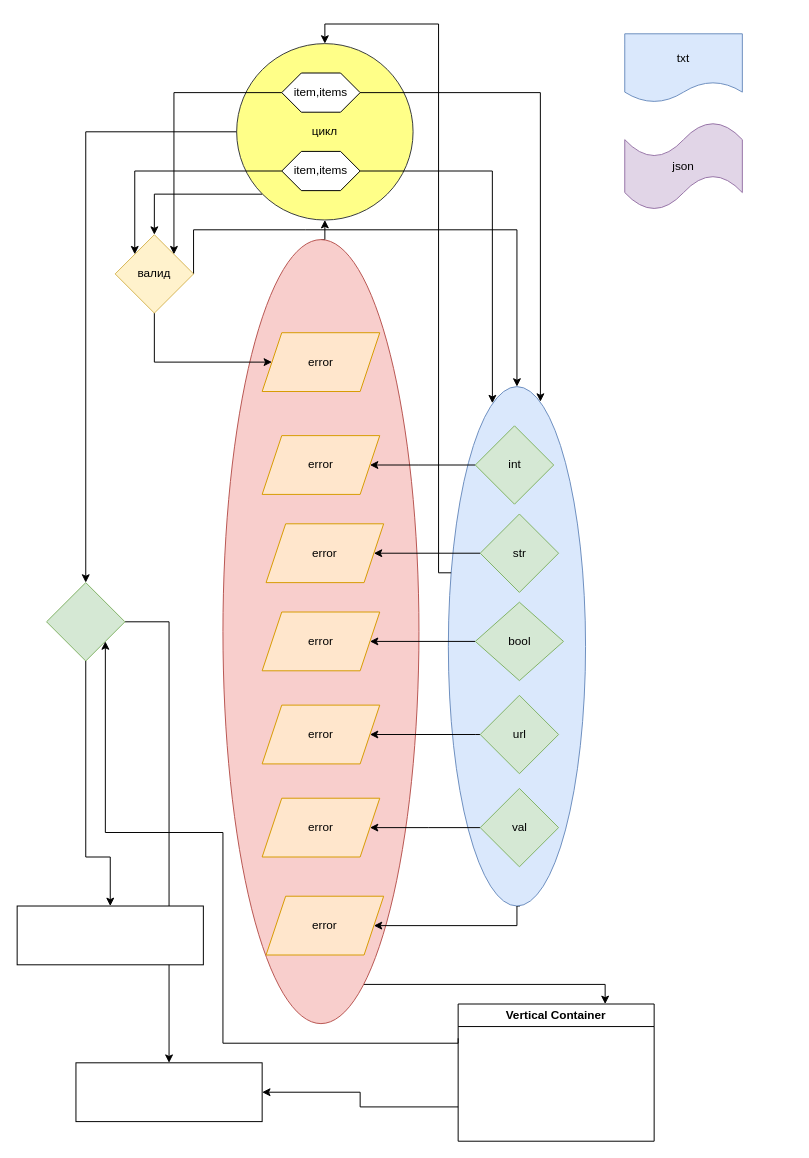
Before: Practika15/practika15_2.drawio in KonstantinS007/PythonProject, a draw.io diagram. Source tidied: cells renumbered, new cells numbered last; positions are measured from the earlier drawing's top-left corner, leaving out a move shared by most shapes. Both pictures are drawn from the tidied source at 98%, with x=0, y=0 at pixel (17, 24).
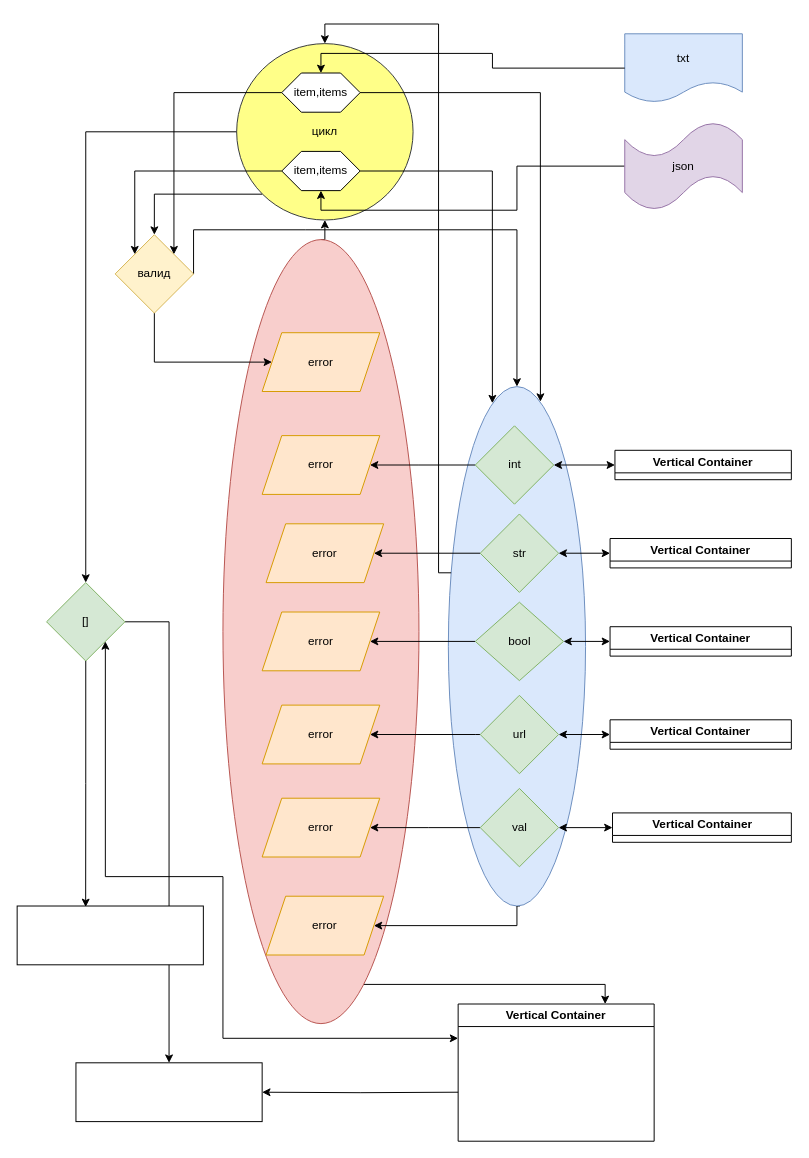
Above is the later version.

The change refers to these unchanged cells:
```xml
<mxCell id="8" value="txt" style="shape=document;whiteSpace=wrap;html=1;boundedLbl=1;fillColor=#dae8fc;strokeColor=#6c8ebf;" parent="1" vertex="1">
  <mxGeometry x="620" y="10" width="120" height="70" as="geometry" />
</mxCell>
<mxCell id="13" value="int" style="rhombus;whiteSpace=wrap;html=1;fillColor=#d5e8d4;strokeColor=#82b366;" parent="1" vertex="1">
  <mxGeometry x="467.5" y="410" width="80" height="80" as="geometry" />
</mxCell>
<mxCell id="16" value="url" style="rhombus;whiteSpace=wrap;html=1;fillColor=#d5e8d4;strokeColor=#82b366;" parent="1" vertex="1">
  <mxGeometry x="472.5" y="685" width="80" height="80" as="geometry" />
</mxCell>
<mxCell id="19" value="val" style="rhombus;whiteSpace=wrap;html=1;fillColor=#d5e8d4;strokeColor=#82b366;" parent="1" vertex="1">
  <mxGeometry x="472.5" y="780" width="80" height="80" as="geometry" />
</mxCell>
<mxCell id="30" style="rounded=0;whiteSpace=wrap;html=1;" parent="1" vertex="1">
  <mxGeometry y="900" width="190" height="60" as="geometry" />
</mxCell>
<mxCell id="31" style="rounded=0;whiteSpace=wrap;html=1;" parent="1" vertex="1">
  <mxGeometry x="60" y="1060" width="190" height="60" as="geometry" />
</mxCell>
<mxCell id="32" value="json" style="shape=tape;whiteSpace=wrap;html=1;fillColor=#e1d5e7;strokeColor=#9673a6;" parent="1" vertex="1">
  <mxGeometry x="620" y="100" width="120" height="90" as="geometry" />
</mxCell>
<mxCell id="36" value="item,items" style="shape=hexagon;perimeter=hexagonPerimeter2;whiteSpace=wrap;html=1;fixedSize=1;" parent="1" vertex="1">
  <mxGeometry x="270" y="50" width="80" height="40" as="geometry" />
</mxCell>
<mxCell id="39" value="item,items" style="shape=hexagon;perimeter=hexagonPerimeter2;whiteSpace=wrap;html=1;fixedSize=1;" parent="1" vertex="1">
  <mxGeometry x="270" y="130" width="80" height="40" as="geometry" />
</mxCell>
<mxCell id="41" value="bool" style="rhombus;whiteSpace=wrap;html=1;fillColor=#d5e8d4;strokeColor=#82b366;" parent="1" vertex="1">
  <mxGeometry x="467.5" y="590" width="90" height="80" as="geometry" />
</mxCell>
<mxCell id="42" value="str" style="rhombus;whiteSpace=wrap;html=1;fillColor=#d5e8d4;strokeColor=#82b366;" parent="1" vertex="1">
  <mxGeometry x="472.5" y="500" width="80" height="80" as="geometry" />
</mxCell>
<mxCell id="47" value="Vertical Container" style="swimlane;whiteSpace=wrap;html=1;" parent="1" vertex="1">
  <mxGeometry x="450" y="1000" width="200" height="140" as="geometry" />
</mxCell>
```

Diff of the diagram source:
```diff
@@
-    <mxCell id="27" style="edgeStyle=orthogonalEdgeStyle;rounded=0;jettySize=auto;html=1;exitX=0.5;exitY=1;exitDx=0;exitDy=0;entryX=0.5;entryY=0;entryDx=0;entryDy=0;" parent="1" edge="1" source="29" target="30">
-      <mxGeometry relative="1" as="geometry">
-        <Array as="points">
-          <mxPoint x="70" y="850" />
-          <mxPoint x="95" y="850" />
-        </Array>
-      </mxGeometry>
+    <mxCell id="27" style="edgeStyle=orthogonalEdgeStyle;rounded=0;jettySize=auto;html=1;exitX=0.5;exitY=1;exitDx=0;exitDy=0;entryX=0.368;entryY=0.017;entryDx=0;entryDy=0;entryPerimeter=0;" parent="1" edge="1" source="29" target="30">
+      <mxGeometry relative="1" as="geometry" />
     </mxCell>
@@
-    <mxCell id="29" style="rhombus;whiteSpace=wrap;html=1;fillColor=#d5e8d4;strokeColor=#82b366;" parent="1" vertex="1">
+    <mxCell id="29" value="[]" style="rhombus;whiteSpace=wrap;html=1;fillColor=#d5e8d4;strokeColor=#82b366;" parent="1" vertex="1">
       <mxGeometry x="30" y="570" width="80" height="80" as="geometry" />
     </mxCell>
@@
+    <mxCell id="49" style="edgeStyle=orthogonalEdgeStyle;rounded=0;jettySize=auto;html=1;exitX=0;exitY=0.5;exitDx=0;exitDy=0;exitPerimeter=0;entryX=0.5;entryY=1;entryDx=0;entryDy=0;" parent="1" edge="1" source="32" target="39">
+      <mxGeometry relative="1" as="geometry">
+        <Array as="points">
+          <mxPoint x="510" y="145" />
+          <mxPoint x="510" y="190" />
+          <mxPoint x="310" y="190" />
+        </Array>
+      </mxGeometry>
+    </mxCell>
@@
-    <mxCell id="45" style="edgeStyle=orthogonalEdgeStyle;rounded=0;jettySize=auto;html=1;exitX=0;exitY=0.75;exitDx=0;exitDy=0;" parent="1" edge="1" source="47" target="31">
-      <mxGeometry relative="1" as="geometry" />
+    <mxCell id="45" style="edgeStyle=orthogonalEdgeStyle;rounded=0;jettySize=auto;html=1;" parent="1" edge="1" target="31">
+      <mxGeometry relative="1" as="geometry">
+        <mxPoint x="450" y="1090" as="sourcePoint" />
+      </mxGeometry>
     </mxCell>
-    <mxCell id="46" style="edgeStyle=orthogonalEdgeStyle;rounded=0;jettySize=auto;html=1;exitX=0;exitY=0.25;exitDx=0;exitDy=0;entryX=1;entryY=1;entryDx=0;entryDy=0;" parent="1" edge="1" source="47" target="29">
-      <mxGeometry relative="1" as="geometry">
-        <Array as="points">
-          <mxPoint x="450" y="1040" />
-          <mxPoint x="210" y="1040" />
-          <mxPoint x="210" y="825" />
-          <mxPoint x="90" y="825" />
-        </Array>
-      </mxGeometry>
-    </mxCell>
@@
+    <mxCell id="50" value="Vertical Container" style="swimlane;whiteSpace=wrap;html=1;" parent="1" vertex="1" collapsed="1">
+      <mxGeometry x="607.5" y="805" width="182.5" height="30" as="geometry" />
+    </mxCell>
+    <mxCell id="51" value="Vertical Container" style="swimlane;whiteSpace=wrap;html=1;" parent="1" vertex="1" collapsed="1">
+      <mxGeometry x="605" y="710" width="185" height="30" as="geometry" />
+    </mxCell>
+    <mxCell id="52" value="Vertical Container" style="swimlane;whiteSpace=wrap;html=1;" parent="1" vertex="1" collapsed="1">
+      <mxGeometry x="605" y="615" width="185" height="30" as="geometry" />
+    </mxCell>
+    <mxCell id="53" value="Vertical Container" style="swimlane;whiteSpace=wrap;html=1;" parent="1" vertex="1" collapsed="1">
+      <mxGeometry x="605" y="525" width="185" height="30" as="geometry" />
+    </mxCell>
+    <mxCell id="54" value="Vertical Container" style="swimlane;whiteSpace=wrap;html=1;" parent="1" vertex="1" collapsed="1">
+      <mxGeometry x="610" y="435" width="180" height="30" as="geometry" />
+    </mxCell>
+    <mxCell id="55" style="endArrow=classic;startArrow=classic;html=1;rounded=0;exitX=1;exitY=0.5;exitDx=0;exitDy=0;entryX=0;entryY=0.5;entryDx=0;entryDy=0;" parent="1" edge="1" source="16" target="51">
+      <mxGeometry relative="1" as="geometry" />
+    </mxCell>
+    <mxCell id="56" style="endArrow=classic;startArrow=classic;html=1;rounded=0;exitX=1;exitY=0.5;exitDx=0;exitDy=0;entryX=0;entryY=0.5;entryDx=0;entryDy=0;" parent="1" edge="1" source="19" target="50">
+      <mxGeometry relative="1" as="geometry" />
+    </mxCell>
+    <mxCell id="57" style="endArrow=classic;startArrow=classic;html=1;rounded=0;exitX=1;exitY=0.5;exitDx=0;exitDy=0;entryX=0;entryY=0.5;entryDx=0;entryDy=0;" parent="1" edge="1" source="41" target="52">
+      <mxGeometry relative="1" as="geometry" />
+    </mxCell>
+    <mxCell id="58" style="endArrow=classic;startArrow=classic;html=1;rounded=0;exitX=1;exitY=0.5;exitDx=0;exitDy=0;entryX=0;entryY=0.5;entryDx=0;entryDy=0;" parent="1" edge="1" source="42" target="53">
+      <mxGeometry relative="1" as="geometry" />
+    </mxCell>
+    <mxCell id="59" style="endArrow=classic;startArrow=classic;html=1;rounded=0;exitX=1;exitY=0.5;exitDx=0;exitDy=0;entryX=0;entryY=0.5;entryDx=0;entryDy=0;" parent="1" edge="1" source="13" target="54">
+      <mxGeometry relative="1" as="geometry" />
+    </mxCell>
+    <mxCell id="60" style="edgeStyle=orthogonalEdgeStyle;rounded=0;jettySize=auto;html=1;exitX=0;exitY=0.5;exitDx=0;exitDy=0;entryX=0.5;entryY=0;entryDx=0;entryDy=0;" parent="1" edge="1" source="8" target="36">
+      <mxGeometry relative="1" as="geometry" />
+    </mxCell>
+    <mxCell id="61" style="endArrow=classic;startArrow=classic;html=1;rounded=0;exitX=1;exitY=1;exitDx=0;exitDy=0;entryX=0;entryY=0.25;entryDx=0;entryDy=0;" parent="1" edge="1" source="29" target="47">
+      <mxGeometry relative="1" as="geometry">
+        <Array as="points">
+          <mxPoint x="90" y="870" />
+          <mxPoint x="210" y="870" />
+          <mxPoint x="210" y="1035" />
+        </Array>
+      </mxGeometry>
+    </mxCell>
```
